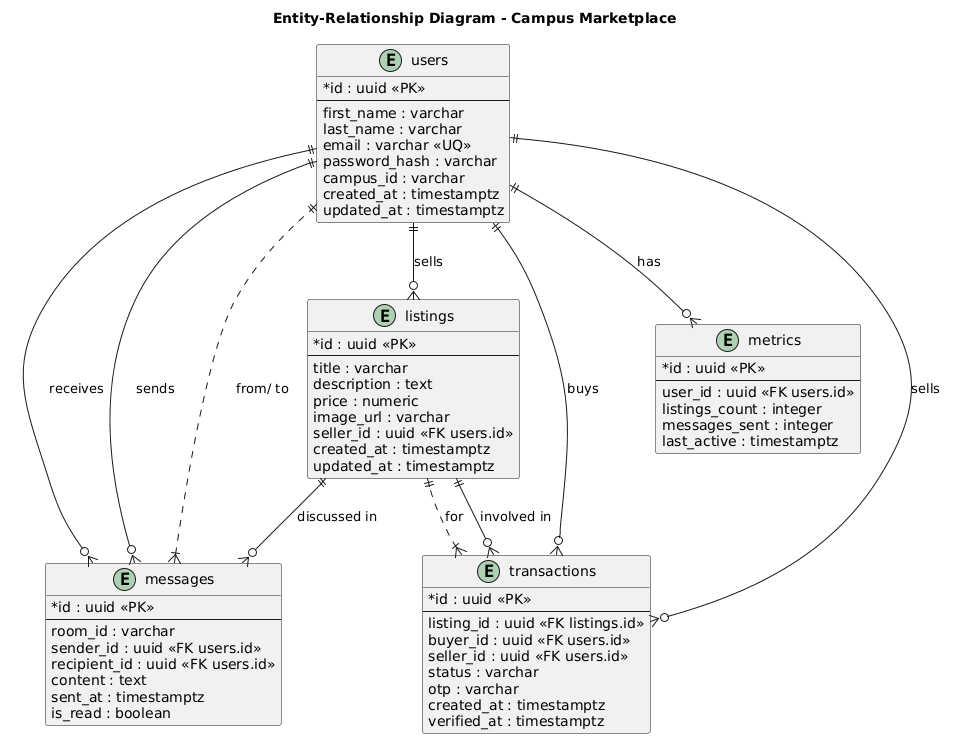
Above: Images/ERDiagram.png in ritam03/campus-marketplace (PlantUML), before the change. Source of this version:
```plantuml
@startuml
skinparam rectangle {
    BackgroundColor LightYellow
    BorderColor Black
}
skinparam classAttributeIconSize 0

title Entity‑Relationship Diagram - Campus Marketplace

entity "users" as users {
    * id : uuid <<PK>>
    --
    first_name : varchar
    last_name : varchar
    email : varchar <<UQ>>
    password_hash : varchar
    campus_id : varchar
    created_at : timestamptz
    updated_at : timestamptz
}

entity "listings" as listings {
    * id : uuid <<PK>>
    --
    title : varchar
    description : text
    price : numeric
    image_url : varchar
    seller_id : uuid <<FK users.id>>
    created_at : timestamptz
    updated_at : timestamptz
}

entity "messages" as messages {
    * id : uuid <<PK>>
    --
    room_id : varchar
    sender_id : uuid <<FK users.id>>
    recipient_id : uuid <<FK users.id>>
    content : text
    sent_at : timestamptz
    is_read : boolean
}

entity "transactions" as transactions {
    * id : uuid <<PK>>
    --
    listing_id : uuid <<FK listings.id>>
    buyer_id : uuid <<FK users.id>>
    seller_id : uuid <<FK users.id>>
    status : varchar
    otp : varchar
    created_at : timestamptz
    verified_at : timestamptz
}

entity "metrics" as metrics {
    * id : uuid <<PK>>
    --
    user_id : uuid <<FK users.id>>
    listings_count : integer
    messages_sent : integer
    last_active : timestamptz
}

users ||--o{ listings : "sells"
users ||--o{ messages : "sends"
users ||--o{ messages : "receives"
users ||--o{ transactions : "buys"
users ||--o{ transactions : "sells"
users ||--o{ metrics : "has"

listings ||--o{ messages : "discussed in"
listings ||--o{ transactions : "involved in"

transactions }|..|| listings : "for"
messages }|..|| users : "from/ to"
@enduml
```
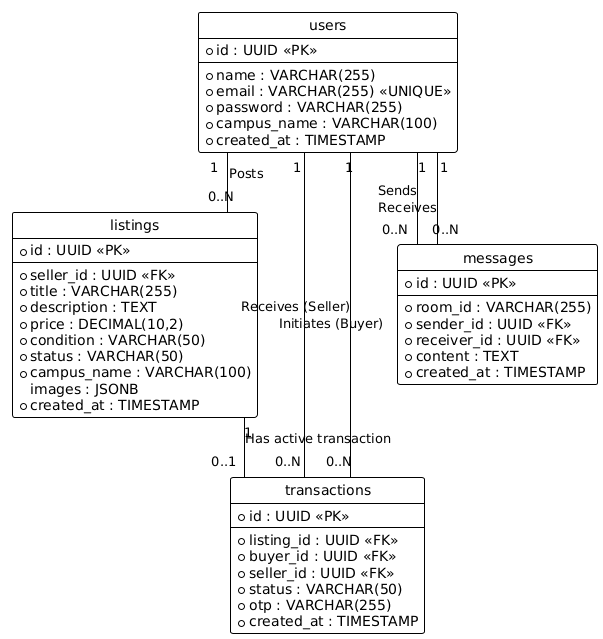
The same file after the commit.

Commit message:
docs: Update detailed Architecture, LLD, ER, and Sequence diagram images

What changed in the source:
```diff
@@ -1,78 +1,57 @@
-@startuml
-skinparam rectangle {
-    BackgroundColor LightYellow
-    BorderColor Black
-}
-skinparam classAttributeIconSize 0
+@startuml Comprehensive_ERD
+!theme plain
+hide circle
+skinparam linetype ortho
 
-title Entity‑Relationship Diagram - Campus Marketplace
-
-entity "users" as users {
-    * id : uuid <<PK>>
-    --
-    first_name : varchar
-    last_name : varchar
-    email : varchar <<UQ>>
-    password_hash : varchar
-    campus_id : varchar
-    created_at : timestamptz
-    updated_at : timestamptz
+entity "users" {
+  * id : UUID <<PK>>
+  --
+  * name : VARCHAR(255)
+  * email : VARCHAR(255) <<UNIQUE>>
+  * password : VARCHAR(255)
+  * campus_name : VARCHAR(100)
+  * created_at : TIMESTAMP
 }
 
-entity "listings" as listings {
-    * id : uuid <<PK>>
-    --
-    title : varchar
-    description : text
-    price : numeric
-    image_url : varchar
-    seller_id : uuid <<FK users.id>>
-    created_at : timestamptz
-    updated_at : timestamptz
+entity "listings" {
+  * id : UUID <<PK>>
+  --
+  * seller_id : UUID <<FK>>
+  * title : VARCHAR(255)
+  * description : TEXT
+  * price : DECIMAL(10,2)
+  * condition : VARCHAR(50)
+  * status : VARCHAR(50)
+  * campus_name : VARCHAR(100)
+  images : JSONB
+  * created_at : TIMESTAMP
 }
 
-entity "messages" as messages {
-    * id : uuid <<PK>>
-    --
-    room_id : varchar
-    sender_id : uuid <<FK users.id>>
-    recipient_id : uuid <<FK users.id>>
-    content : text
-    sent_at : timestamptz
-    is_read : boolean
+entity "transactions" {
+  * id : UUID <<PK>>
+  --
+  * listing_id : UUID <<FK>>
+  * buyer_id : UUID <<FK>>
+  * seller_id : UUID <<FK>>
+  * status : VARCHAR(50)
+  * otp : VARCHAR(255)
+  * created_at : TIMESTAMP
 }
 
-entity "transactions" as transactions {
-    * id : uuid <<PK>>
-    --
-    listing_id : uuid <<FK listings.id>>
-    buyer_id : uuid <<FK users.id>>
-    seller_id : uuid <<FK users.id>>
-    status : varchar
-    otp : varchar
-    created_at : timestamptz
-    verified_at : timestamptz
+entity "messages" {
+  * id : UUID <<PK>>
+  --
+  * room_id : VARCHAR(255)
+  * sender_id : UUID <<FK>>
+  * receiver_id : UUID <<FK>>
+  * content : TEXT
+  * created_at : TIMESTAMP
 }
 
-entity "metrics" as metrics {
-    * id : uuid <<PK>>
-    --
-    user_id : uuid <<FK users.id>>
-    listings_count : integer
-    messages_sent : integer
-    last_active : timestamptz
-}
-
-users ||--o{ listings : "sells"
-users ||--o{ messages : "sends"
-users ||--o{ messages : "receives"
-users ||--o{ transactions : "buys"
-users ||--o{ transactions : "sells"
-users ||--o{ metrics : "has"
-
-listings ||--o{ messages : "discussed in"
-listings ||--o{ transactions : "involved in"
-
-transactions }|..|| listings : "for"
-messages }|..|| users : "from/ to"
+users "1" -- "0..N" listings : "Posts"
+users "1" -- "0..N" transactions : "Initiates (Buyer)"
+users "1" -- "0..N" transactions : "Receives (Seller)"
+users "1" -- "0..N" messages : "Sends"
+users "1" -- "0..N" messages : "Receives"
+listings "1" -- "0..1" transactions : "Has active transaction"
 @enduml
```
